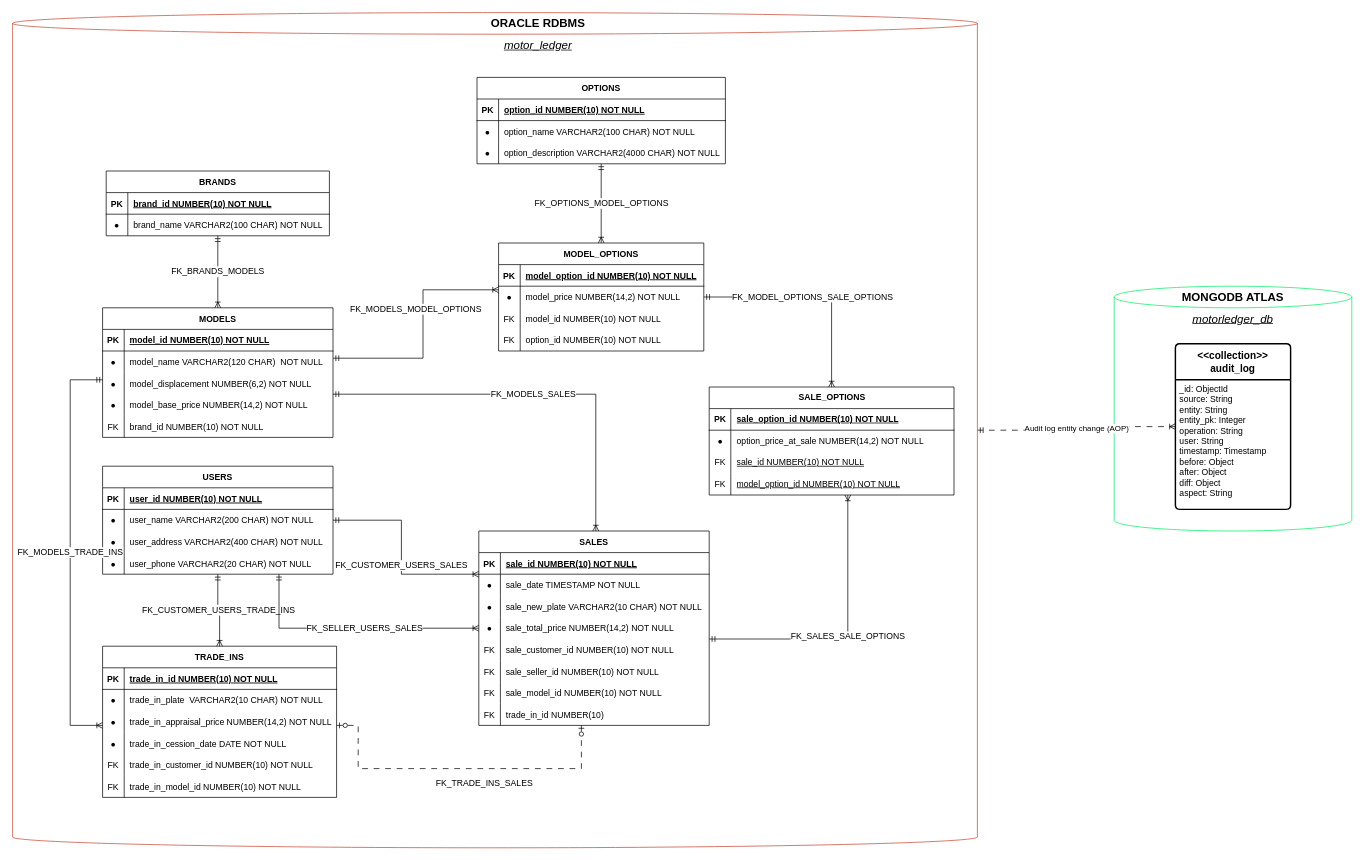
MotorLedger/MotorLedgerDesign keeps this draw.io diagram as diagrams/motorledger_db_architecture_diagram.drawio. Above is the earlier version. Source tidied: cells renumbered, new cells numbered last; positions are measured from the earlier drawing's top-left corner, leaving out a move shared by most shapes. Both pictures are drawn from the tidied source at 72%, with x=0, y=0 at pixel (12, 12).
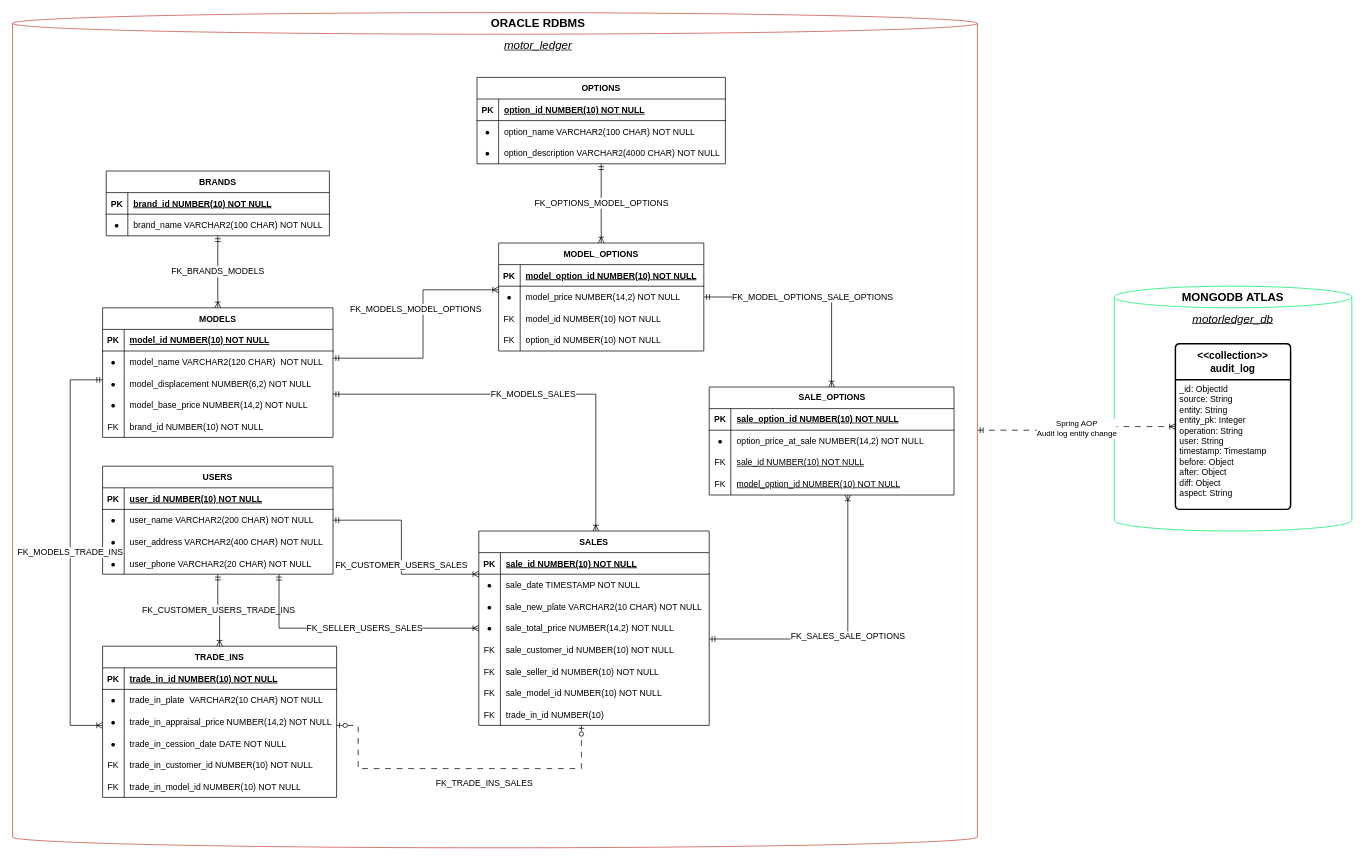
Above is the later version.

Commit message (it also covers changes not shown here):
update database architecture diagram: enhance audit log entity change description with HTML formatting

Unchanged cells that the change refers to:
```xml
<mxCell id="4" style="shape=cylinder3;whiteSpace=wrap;html=1;boundedLbl=1;backgroundOutline=1;size=15;strokeColor=#C74634;" parent="1" vertex="1">
  <mxGeometry width="1340" height="1160" as="geometry" />
</mxCell>
<mxCell id="119" value="&lt;b&gt;&amp;lt;&amp;lt;collection&amp;gt;&amp;gt;&lt;br&gt;audit_log&lt;/b&gt;" style="swimlane;horizontal=1;startSize=50;rounded=1;fontSize=14;fontStyle=0;strokeWidth=2;shadow=0;dashed=0;align=center;arcSize=4;whiteSpace=wrap;html=1;" parent="1" vertex="1">
  <mxGeometry x="1615" y="460" width="160" height="230" as="geometry" />
</mxCell>
```

Change to the diagram source:
```diff
@@
-    <mxCell id="3" value="Audit log entity change (AOP)" style="edgeStyle=orthogonalEdgeStyle;rounded=0;jettySize=auto;html=1;dashed=1;dashPattern=8 8;endArrow=ERoneToMany;endFill=0;startArrow=ERmandOne;startFill=0;" parent="1" edge="1" source="4" target="119">
+    <mxCell id="3" value="&lt;div&gt;Spring AOP&lt;/div&gt;Audit log entity change" style="edgeStyle=orthogonalEdgeStyle;rounded=0;jettySize=auto;html=1;dashed=1;dashPattern=8 8;endArrow=ERoneToMany;endFill=0;startArrow=ERmandOne;startFill=0;" parent="1" edge="1" source="4" target="119">
       <mxGeometry relative="1" as="geometry" />
     </mxCell>
```
